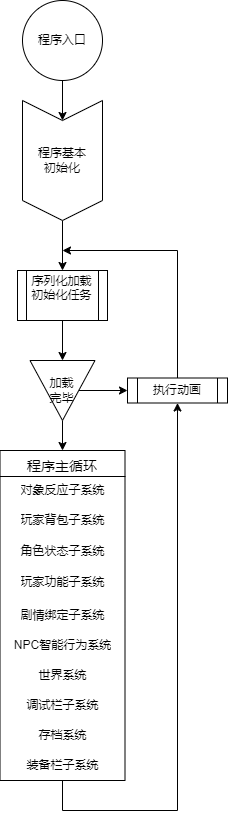
Before: 游戏框架/未命名绘图.drawio.png, a diagram exported from draw.io (AliceAuto/-Funcode-). Source tidied: cells renumbered, new cells last; positions are measured from the earlier drawing's top-left corner, leaving out a move shared by most shapes.
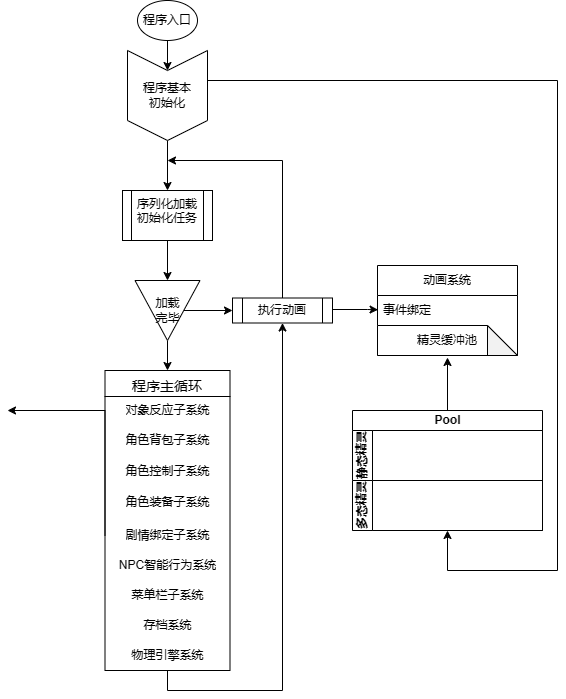
After the commit.

Commit message:
更新未命名绘图.drawio.png

Change to the diagram source:
```diff
@@ -6,36 +6,46 @@
       <mxGeometry relative="1" as="geometry" />
     </mxCell>
     <mxCell id="3" value="程序入口" style="ellipse;whiteSpace=wrap;html=1;rounded=0;" parent="1" vertex="1">
-      <mxGeometry x="22" width="80" height="80" as="geometry" />
+      <mxGeometry x="32" y="80" width="60" height="40" as="geometry" />
     </mxCell>
     <mxCell id="4" style="edgeStyle=orthogonalEdgeStyle;rounded=0;jettySize=auto;html=1;" parent="1" edge="1" source="5" target="8">
       <mxGeometry relative="1" as="geometry" />
     </mxCell>
     <mxCell id="5" value="程序基本&lt;div&gt;初始化&lt;/div&gt;" style="shape=step;perimeter=stepPerimeter;whiteSpace=wrap;html=1;fixedSize=1;rounded=0;direction=south;" parent="1" vertex="1">
-      <mxGeometry x="22" y="100" width="80" height="120" as="geometry" />
+      <mxGeometry x="22" y="130" width="80" height="90" as="geometry" />
     </mxCell>
-    <mxCell id="6" style="edgeStyle=orthogonalEdgeStyle;rounded=0;jettySize=auto;html=1;entryX=0.5;entryY=1;entryDx=0;entryDy=0;exitX=0.5;exitY=1;exitDx=0;exitDy=0;" parent="1" edge="1" source="22" target="9">
+    <mxCell id="6" style="edgeStyle=orthogonalEdgeStyle;rounded=0;jettySize=auto;html=1;entryX=0.5;entryY=1;entryDx=0;entryDy=0;exitX=0.5;exitY=1;exitDx=0;exitDy=0;" parent="1" edge="1" source="27" target="9">
       <mxGeometry relative="1" as="geometry">
         <Array as="points">
-          <mxPoint x="62" y="810" />
-          <mxPoint x="177" y="810" />
+          <mxPoint x="62" y="770" />
+          <mxPoint x="177" y="770" />
         </Array>
       </mxGeometry>
     </mxCell>
     <mxCell id="7" style="edgeStyle=orthogonalEdgeStyle;rounded=0;jettySize=auto;html=1;" parent="1" edge="1" source="8" target="24">
       <mxGeometry relative="1" as="geometry" />
     </mxCell>
-    <mxCell id="8" value="序列化加载初始化任务&lt;div&gt;&lt;br&gt;&lt;/div&gt;" style="shape=process;whiteSpace=wrap;html=1;backgroundOutline=1;rounded=0;" parent="1" vertex="1">
+    <mxCell id="8" value="序列化加载初始化任务&#10;" style="shape=process;whiteSpace=wrap;html=1;backgroundOutline=1;rounded=0;verticalAlign=top;" parent="1" vertex="1">
       <mxGeometry x="17" y="270" width="90" height="50" as="geometry" />
     </mxCell>
+    <mxCell id="25" style="edgeStyle=orthogonalEdgeStyle;rounded=0;jettySize=auto;html=1;entryX=0.004;entryY=0.475;entryDx=0;entryDy=0;entryPerimeter=0;" parent="1" edge="1" target="30">
+      <mxGeometry relative="1" as="geometry">
+        <mxPoint x="227" y="390" as="sourcePoint" />
+        <Array as="points">
+          <mxPoint x="227" y="389" />
+          <mxPoint x="262" y="389" />
+        </Array>
+      </mxGeometry>
+    </mxCell>
     <mxCell id="9" value="执行动画" style="shape=process;whiteSpace=wrap;html=1;backgroundOutline=1;rounded=0;" parent="1" vertex="1">
       <mxGeometry x="127" y="377.5" width="100" height="25" as="geometry" />
     </mxCell>
     <mxCell id="10" style="edgeStyle=orthogonalEdgeStyle;rounded=0;jettySize=auto;html=1;exitX=0.5;exitY=0;exitDx=0;exitDy=0;" parent="1" edge="1" source="9">
       <mxGeometry relative="1" as="geometry">
-        <mxPoint x="62" y="250" as="targetPoint" />
+        <mxPoint x="62" y="240" as="targetPoint" />
         <Array as="points">
-          <mxPoint x="177" y="250" />
+          <mxPoint x="177" y="240" />
+          <mxPoint x="62" y="240" />
         </Array>
       </mxGeometry>
     </mxCell>
@@ -45,43 +55,87 @@
       </mxGeometry>
     </mxCell>
     <mxCell id="12" value="程序主循环" style="swimlane;fontStyle=0;horizontal=1;startSize=26;align=center;fontSize=14;spacingTop=4;" parent="1" vertex="1">
-      <mxGeometry x="-0.5" y="450" width="125" height="330" as="geometry" />
+      <mxGeometry x="-0.5" y="450" width="125" height="300" as="geometry" />
     </mxCell>
     <mxCell id="13" value="对象反应子系统" style="text;strokeColor=none;fillColor=none;spacingLeft=4;spacingRight=4;overflow=hidden;fontSize=12;whiteSpace=wrap;html=1;align=center;" parent="12" vertex="1">
       <mxGeometry y="26" width="125" height="30" as="geometry" />
     </mxCell>
-    <mxCell id="14" value="玩家背包子系统" style="text;strokeColor=none;fillColor=none;spacingLeft=4;spacingRight=4;overflow=hidden;fontSize=12;whiteSpace=wrap;html=1;align=center;" parent="12" vertex="1">
+    <mxCell id="14" value="角色背包子系统" style="text;strokeColor=none;fillColor=none;spacingLeft=4;spacingRight=4;overflow=hidden;fontSize=12;whiteSpace=wrap;html=1;align=center;" parent="12" vertex="1">
       <mxGeometry y="56" width="125" height="30" as="geometry" />
     </mxCell>
-    <mxCell id="15" value="角色状态子系统" style="text;html=1;align=center;verticalAlign=middle;whiteSpace=wrap;rounded=0;spacingLeft=4;spacingRight=4;" parent="12" vertex="1">
+    <mxCell id="15" value="角色控制子系统" style="text;html=1;align=center;verticalAlign=middle;whiteSpace=wrap;rounded=0;spacingLeft=4;spacingRight=4;" parent="12" vertex="1">
       <mxGeometry y="86" width="125" height="30" as="geometry" />
     </mxCell>
-    <mxCell id="16" value="玩家功能子系统&lt;div&gt;&lt;br&gt;&lt;/div&gt;" style="text;strokeColor=none;fillColor=none;spacingLeft=4;spacingRight=4;overflow=hidden;fontSize=12;whiteSpace=wrap;html=1;align=center;spacingTop=2;" parent="12" vertex="1">
+    <mxCell id="16" value="角色装备子系统" style="text;strokeColor=none;fillColor=none;spacingLeft=4;spacingRight=4;overflow=hidden;fontSize=12;whiteSpace=wrap;html=1;align=center;spacingTop=2;" parent="12" vertex="1">
       <mxGeometry y="116" width="125" height="34" as="geometry" />
     </mxCell>
     <mxCell id="17" value="剧情绑定子系统" style="text;strokeColor=none;fillColor=none;align=center;verticalAlign=middle;spacingLeft=4;spacingRight=4;overflow=hidden;points=[[0,0.5],[1,0.5]];portConstraint=eastwest;whiteSpace=wrap;html=1;" parent="12" vertex="1">
       <mxGeometry y="150" width="125" height="30" as="geometry" />
     </mxCell>
+    <mxCell id="26" style="edgeStyle=orthogonalEdgeStyle;rounded=0;jettySize=auto;html=1;exitX=0;exitY=0.5;exitDx=0;exitDy=0;" parent="12" edge="1" source="17">
+      <mxGeometry relative="1" as="geometry">
+        <mxPoint x="-97.5" y="40" as="targetPoint" />
+        <Array as="points">
+          <mxPoint y="40" />
+          <mxPoint x="-57" y="40" />
+        </Array>
+      </mxGeometry>
+    </mxCell>
     <mxCell id="18" value="NPC智能行为系统" style="text;strokeColor=none;fillColor=none;align=center;verticalAlign=middle;spacingLeft=4;spacingRight=4;overflow=hidden;whiteSpace=wrap;html=1;" parent="12" vertex="1">
       <mxGeometry y="180" width="125" height="30" as="geometry" />
     </mxCell>
-    <mxCell id="19" value="世界系统" style="text;html=1;align=center;verticalAlign=middle;whiteSpace=wrap;rounded=0;spacingRight=4;spacingLeft=4;" parent="12" vertex="1">
-      <mxGeometry y="210" width="125" height="30" as="geometry" />
-    </mxCell>
-    <mxCell id="20" value="调试栏子系统" style="text;html=1;align=center;verticalAlign=middle;whiteSpace=wrap;rounded=0;spacingLeft=4;spacingRight=4;" parent="12" vertex="1">
-      <mxGeometry y="240" width="125" height="30" as="geometry" />
+    <mxCell id="20" value="菜单栏子系统" style="text;html=1;align=center;verticalAlign=middle;whiteSpace=wrap;rounded=0;spacingLeft=4;spacingRight=4;" parent="12" vertex="1">
+      <mxGeometry y="210" width="125" height="30" as="geometry" />
     </mxCell>
     <mxCell id="21" value="存档系统" style="text;html=1;align=center;verticalAlign=middle;whiteSpace=wrap;rounded=0;spacingRight=4;spacingLeft=4;" parent="12" vertex="1">
-      <mxGeometry y="270" width="125" height="30" as="geometry" />
+      <mxGeometry y="240" width="125" height="30" as="geometry" />
     </mxCell>
-    <mxCell id="22" value="装备栏子系统" style="text;html=1;align=center;verticalAlign=middle;whiteSpace=wrap;rounded=0;spacingLeft=4;spacingRight=4;" parent="12" vertex="1">
-      <mxGeometry y="300" width="125" height="30" as="geometry" />
-    </mxCell>
+    <mxCell id="27" value="物理引擎系统" style="text;html=1;align=center;verticalAlign=middle;whiteSpace=wrap;rounded=0;" parent="12" vertex="1">
+      <mxGeometry y="270" width="125" height="30" as="geometry" />
+    </mxCell>
+    <mxCell id="28" style="edgeStyle=orthogonalEdgeStyle;rounded=0;orthogonalLoop=1;jettySize=auto;html=1;exitX=0.5;exitY=1;exitDx=0;exitDy=0;" parent="12" edge="1" source="21" target="21">
+      <mxGeometry relative="1" as="geometry" />
+    </mxCell>
     <mxCell id="23" style="edgeStyle=orthogonalEdgeStyle;rounded=0;jettySize=auto;html=1;" parent="1" edge="1" source="24" target="9">
       <mxGeometry relative="1" as="geometry" />
     </mxCell>
     <mxCell id="24" value="加&lt;span style=&quot;background-color: initial;&quot;&gt;载&lt;/span&gt;&lt;div&gt;完毕&lt;/div&gt;" style="triangle;whiteSpace=wrap;html=1;direction=south;" parent="1" vertex="1">
       <mxGeometry x="29.5" y="360" width="65" height="60" as="geometry" />
     </mxCell>
+    <mxCell id="29" value="动画系统" style="swimlane;fontStyle=0;horizontal=1;startSize=30;whiteSpace=wrap;html=1;" parent="1" vertex="1">
+      <mxGeometry x="272" y="345" width="140" height="90" as="geometry" />
+    </mxCell>
+    <mxCell id="30" value="事件绑定" style="text;strokeColor=none;fillColor=none;align=left;verticalAlign=middle;spacingLeft=4;spacingRight=4;overflow=hidden;points=[[0,0.5],[1,0.5]];portConstraint=eastwest;whiteSpace=wrap;html=1;" parent="29" vertex="1">
+      <mxGeometry y="30" width="140" height="30" as="geometry" />
+    </mxCell>
+    <mxCell id="31" value="&lt;div style=&quot;text-align: left;&quot;&gt;&lt;span style=&quot;background-color: initial;&quot;&gt;精灵缓冲池&lt;/span&gt;&lt;/div&gt;" style="shape=note;whiteSpace=wrap;html=1;backgroundOutline=1;darkOpacity=0.05;" parent="29" vertex="1">
+      <mxGeometry y="60" width="140" height="30" as="geometry" />
+    </mxCell>
+    <mxCell id="32" value="Pool" style="swimlane;horizontal=1;startSize=20;html=1;" parent="1" vertex="1">
+      <mxGeometry x="247" y="490" width="190" height="120" as="geometry" />
+    </mxCell>
+    <mxCell id="33" value="静态精灵" style="swimlane;startSize=20;horizontal=0;html=1;" parent="32" vertex="1">
+      <mxGeometry y="20" width="190" height="50" as="geometry" />
+    </mxCell>
+    <mxCell id="34" value="多态精灵" style="swimlane;startSize=20;horizontal=0;html=1;" parent="32" vertex="1">
+      <mxGeometry y="70" width="190" height="50" as="geometry" />
+    </mxCell>
+    <mxCell id="35" style="edgeStyle=orthogonalEdgeStyle;rounded=0;jettySize=auto;html=1;entryX=0.493;entryY=1.067;entryDx=0;entryDy=0;entryPerimeter=0;" parent="1" edge="1" source="32">
+      <mxGeometry relative="1" as="geometry">
+        <mxPoint x="341" y="437" as="targetPoint" />
+        <Array as="points">
+          <mxPoint x="342" y="437" />
+        </Array>
+      </mxGeometry>
+    </mxCell>
+    <mxCell id="36" style="edgeStyle=orthogonalEdgeStyle;rounded=0;jettySize=auto;html=1;entryX=0.5;entryY=1;entryDx=0;entryDy=0;" parent="1" edge="1" source="5" target="34">
+      <mxGeometry relative="1" as="geometry">
+        <Array as="points">
+          <mxPoint x="452" y="160" />
+          <mxPoint x="452" y="650" />
+          <mxPoint x="342" y="650" />
+        </Array>
+      </mxGeometry>
+    </mxCell>
   </root>
 </mxGraphModel>
```
